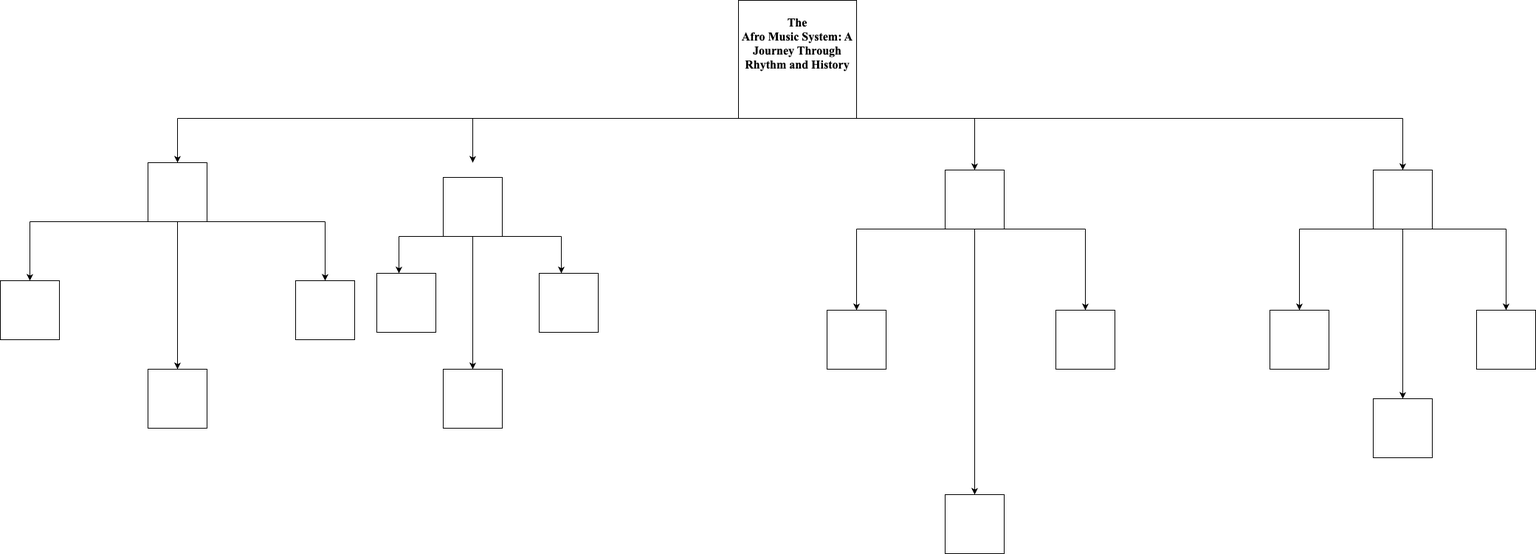
Before: AFM.drawio.png, a diagram exported from draw.io (Kai39d/Hello-World). Source tidied: cells renumbered, new cells last; positions are measured from the earlier drawing's top-left corner, leaving out a move shared by most shapes.
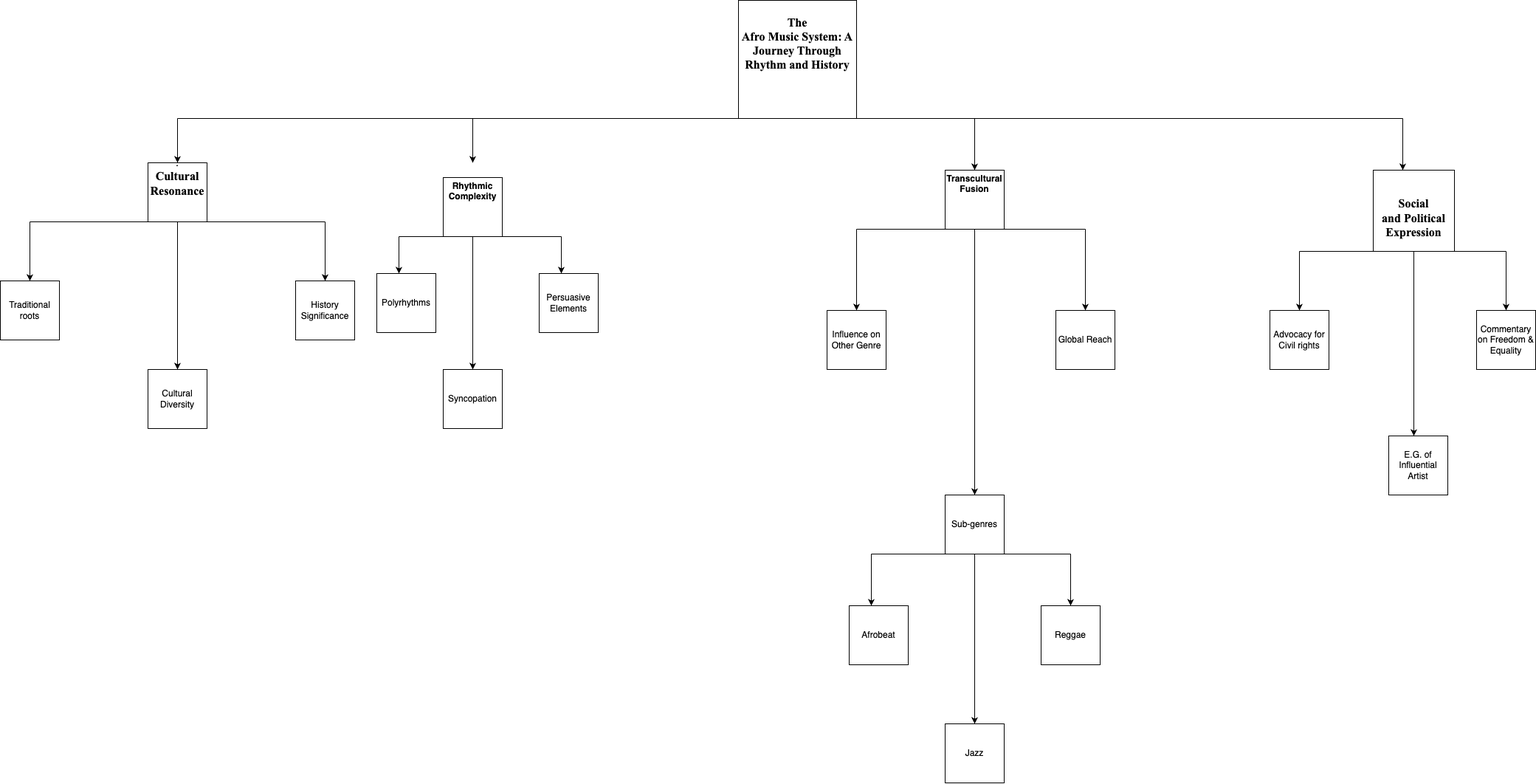
Above is the later version.

The edit, as a diff of the source:
```diff
@@ -18,7 +18,7 @@
         <mxPoint x="1260" y="160" as="sourcePoint" />
       </mxGeometry>
     </mxCell>
-    <mxCell id="6" style="whiteSpace=wrap;html=1;" parent="2" vertex="1">
+    <mxCell id="6" value="&#10;&#10;&#10;&lt;p class=&quot;MsoNormal&quot;&gt;&lt;b&gt;Rhythmic Complexity&lt;/b&gt;&lt;/p&gt;&#10;&#10;&#10;&#10;&#10;&#10;" style="whiteSpace=wrap;html=1;" parent="2" vertex="1">
       <mxGeometry x="-40" y="240" width="80" height="80" as="geometry" />
     </mxCell>
     <mxCell id="7" style="endArrow=classic;html=1;rounded=0;" parent="2" edge="1">
@@ -32,7 +32,7 @@
         <mxPoint x="-400" y="160" as="sourcePoint" />
       </mxGeometry>
     </mxCell>
-    <mxCell id="9" style="whiteSpace=wrap;html=1;" parent="2" vertex="1">
+    <mxCell id="9" value="&#10;&#10;&#10;&lt;p class=&quot;MsoNormal&quot;&gt;&lt;b&gt;Transcultural Fusion&lt;/b&gt;&lt;/p&gt;&#10;&#10;&#10;&#10;&#10;&#10;" style="whiteSpace=wrap;html=1;" parent="2" vertex="1">
       <mxGeometry x="640" y="230" width="80" height="80" as="geometry" />
     </mxCell>
     <mxCell id="10" style="endArrow=none;html=1;rounded=0;entryX=1;entryY=1;entryDx=0;entryDy=0;" parent="1" edge="1" target="24">
@@ -56,10 +56,10 @@
         <mxPoint x="40" y="300" as="sourcePoint" />
       </mxGeometry>
     </mxCell>
-    <mxCell id="14" style="whiteSpace=wrap;html=1;" parent="1" vertex="1">
+    <mxCell id="14" value="History Significance" style="whiteSpace=wrap;html=1;" parent="1" vertex="1">
       <mxGeometry x="400" y="380" width="80" height="80" as="geometry" />
     </mxCell>
-    <mxCell id="15" style="whiteSpace=wrap;html=1;" parent="1" vertex="1">
+    <mxCell id="15" value="Traditional roots" style="whiteSpace=wrap;html=1;" parent="1" vertex="1">
       <mxGeometry y="380" width="80" height="80" as="geometry" />
     </mxCell>
     <mxCell id="16" style="endArrow=classic;html=1;rounded=0;exitX=0.5;exitY=1;exitDx=0;exitDy=0;" parent="1" edge="1" source="24">
@@ -67,7 +67,7 @@
         <mxPoint x="240" y="500" as="targetPoint" />
       </mxGeometry>
     </mxCell>
-    <mxCell id="17" style="whiteSpace=wrap;html=1;" parent="1" vertex="1">
+    <mxCell id="17" value="Cultural Diversity" style="whiteSpace=wrap;html=1;" parent="1" vertex="1">
       <mxGeometry x="200" y="500" width="80" height="80" as="geometry" />
     </mxCell>
     <mxCell id="18" style="endArrow=classic;html=1;rounded=0;" parent="1" edge="1">
@@ -81,14 +81,14 @@
     </mxCell>
     <mxCell id="19" style="endArrow=classic;html=1;rounded=0;" parent="1" edge="1">
       <mxGeometry relative="1" as="geometry">
-        <mxPoint x="1760" y="310" as="sourcePoint" />
+        <mxPoint x="1760" y="340" as="sourcePoint" />
         <mxPoint x="1760" y="420" as="targetPoint" />
       </mxGeometry>
     </mxCell>
-    <mxCell id="20" style="whiteSpace=wrap;html=1;" parent="1" vertex="1">
+    <mxCell id="20" value="Persuasive Elements" style="whiteSpace=wrap;html=1;" parent="1" vertex="1">
       <mxGeometry x="730" y="370" width="80" height="80" as="geometry" />
     </mxCell>
-    <mxCell id="21" style="whiteSpace=wrap;html=1;" parent="1" vertex="1">
+    <mxCell id="21" value="Syncopation" style="whiteSpace=wrap;html=1;" parent="1" vertex="1">
       <mxGeometry x="600" y="500" width="80" height="80" as="geometry" />
     </mxCell>
     <mxCell id="22" style="endArrow=classic;html=1;rounded=0;" parent="1" edge="1">
@@ -97,10 +97,10 @@
         <mxPoint x="540" y="370" as="targetPoint" />
       </mxGeometry>
     </mxCell>
-    <mxCell id="23" style="whiteSpace=wrap;html=1;" parent="1" vertex="1">
+    <mxCell id="23" value="Polyrhythms" style="whiteSpace=wrap;html=1;" parent="1" vertex="1">
       <mxGeometry x="510" y="370" width="80" height="80" as="geometry" />
     </mxCell>
-    <mxCell id="24" style="whiteSpace=wrap;html=1;" parent="1" vertex="1">
+    <mxCell id="24" value="&#10;&lt;span style=&quot;font-size:12.0pt;font-family:&amp;quot;Times New Roman&amp;quot;,serif;&#10;mso-fareast-font-family:&amp;quot;Times New Roman&amp;quot;;mso-font-kerning:0pt;mso-ligatures:&#10;none;mso-ansi-language:EN-US;mso-fareast-language:EN-US;mso-bidi-language:AR-SA&quot;&gt;.&#10;&lt;b&gt;Cultural Resonance&lt;/b&gt;&lt;/span&gt;&#10;&#10;&#10;&#10;" style="whiteSpace=wrap;html=1;" parent="1" vertex="1">
       <mxGeometry x="200" y="220" width="80" height="80" as="geometry" />
     </mxCell>
     <mxCell id="25" style="endArrow=none;html=1;rounded=0;entryX=0;entryY=1;entryDx=0;entryDy=0;" parent="1" edge="1" target="6">
@@ -118,17 +118,17 @@
         <mxPoint x="640" y="500" as="targetPoint" />
       </mxGeometry>
     </mxCell>
-    <mxCell id="28" style="whiteSpace=wrap;html=1;" parent="1" vertex="1">
+    <mxCell id="28" value="Commentary on Freedom &amp;amp; Equality" style="whiteSpace=wrap;html=1;" parent="1" vertex="1">
       <mxGeometry x="2000" y="420" width="80" height="80" as="geometry" />
     </mxCell>
     <mxCell id="29" style="endArrow=classic;html=1;rounded=0;" parent="1" edge="1">
       <mxGeometry relative="1" as="geometry">
-        <mxPoint x="2040" y="310" as="sourcePoint" />
+        <mxPoint x="2040" y="340" as="sourcePoint" />
         <mxPoint x="2040" y="420" as="targetPoint" />
       </mxGeometry>
     </mxCell>
-    <mxCell id="30" style="whiteSpace=wrap;html=1;" parent="1" vertex="1">
-      <mxGeometry x="1860" y="230" width="80" height="80" as="geometry" />
+    <mxCell id="30" value="&lt;br&gt;&lt;b&gt;&lt;span style=&quot;font-size:12.0pt;font-family:&amp;quot;Times New Roman&amp;quot;,serif;&lt;br/&gt;mso-fareast-font-family:&amp;quot;Times New Roman&amp;quot;;mso-font-kerning:0pt;mso-ligatures:&lt;br/&gt;none;mso-ansi-language:EN-US;mso-fareast-language:EN-US;mso-bidi-language:AR-SA&quot;&gt;&lt;br&gt;Social&lt;br&gt;and Political Expression&lt;/span&gt;&lt;/b&gt;&lt;br&gt;&lt;br&gt;" style="whiteSpace=wrap;html=1;" parent="1" vertex="1">
+      <mxGeometry x="1860" y="230" width="110" height="110" as="geometry" />
     </mxCell>
     <mxCell id="31" style="endArrow=classic;html=1;rounded=0;" parent="1" edge="1">
       <mxGeometry relative="1" as="geometry">
@@ -138,24 +138,24 @@
     </mxCell>
     <mxCell id="32" style="endArrow=none;html=1;rounded=0;entryX=0;entryY=1;entryDx=0;entryDy=0;" parent="1" edge="1" target="30">
       <mxGeometry relative="1" as="geometry">
-        <mxPoint x="1760" y="310" as="sourcePoint" />
+        <mxPoint x="1760" y="340" as="sourcePoint" />
       </mxGeometry>
     </mxCell>
     <mxCell id="33" style="endArrow=none;html=1;rounded=0;exitX=1;exitY=1;exitDx=0;exitDy=0;" parent="1" edge="1" source="30">
       <mxGeometry relative="1" as="geometry">
-        <mxPoint x="2040" y="310" as="targetPoint" />
+        <mxPoint x="2040" y="340" as="targetPoint" />
       </mxGeometry>
     </mxCell>
-    <mxCell id="34" style="whiteSpace=wrap;html=1;" parent="1" vertex="1">
+    <mxCell id="34" value="Advocacy for Civil rights" style="whiteSpace=wrap;html=1;" parent="1" vertex="1">
       <mxGeometry x="1720" y="420" width="80" height="80" as="geometry" />
     </mxCell>
     <mxCell id="35" style="endArrow=classic;html=1;rounded=0;exitX=0.5;exitY=1;exitDx=0;exitDy=0;" parent="1" edge="1" source="30">
       <mxGeometry relative="1" as="geometry">
-        <mxPoint x="1900" y="540" as="targetPoint" />
+        <mxPoint x="1915" y="590" as="targetPoint" />
       </mxGeometry>
     </mxCell>
-    <mxCell id="36" style="whiteSpace=wrap;html=1;" parent="1" vertex="1">
-      <mxGeometry x="1860" y="540" width="80" height="80" as="geometry" />
+    <mxCell id="36" value="E.G. of Influential Artist" style="whiteSpace=wrap;html=1;" parent="1" vertex="1">
+      <mxGeometry x="1881" y="590" width="80" height="80" as="geometry" />
     </mxCell>
     <mxCell id="37" style="endArrow=classic;html=1;rounded=0;" parent="1" edge="1">
       <mxGeometry relative="1" as="geometry">
@@ -163,7 +163,7 @@
         <mxPoint x="1320" y="230" as="targetPoint" />
       </mxGeometry>
     </mxCell>
-    <mxCell id="38" style="whiteSpace=wrap;html=1;" parent="1" vertex="1">
+    <mxCell id="38" value="Influence on Other Genre" style="whiteSpace=wrap;html=1;" parent="1" vertex="1">
       <mxGeometry x="1120" y="420" width="80" height="80" as="geometry" />
     </mxCell>
     <mxCell id="39" style="endArrow=none;html=1;rounded=0;entryX=0;entryY=1;entryDx=0;entryDy=0;" parent="1" edge="1" target="9">
@@ -188,7 +188,7 @@
         <mxPoint x="1470" y="420" as="targetPoint" />
       </mxGeometry>
     </mxCell>
-    <mxCell id="43" style="whiteSpace=wrap;html=1;" parent="1" vertex="1">
+    <mxCell id="43" value="Global Reach" style="whiteSpace=wrap;html=1;" parent="1" vertex="1">
       <mxGeometry x="1430" y="420" width="80" height="80" as="geometry" />
     </mxCell>
     <mxCell id="44" style="endArrow=classic;html=1;rounded=0;" parent="1" edge="1">
@@ -197,8 +197,44 @@
         <mxPoint x="1320" y="670" as="targetPoint" />
       </mxGeometry>
     </mxCell>
-    <mxCell id="45" style="whiteSpace=wrap;html=1;" parent="1" vertex="1">
+    <mxCell id="45" value="Sub-genres" style="whiteSpace=wrap;html=1;" parent="1" vertex="1">
       <mxGeometry x="1280" y="670" width="80" height="80" as="geometry" />
     </mxCell>
+    <mxCell id="46" style="endArrow=none;html=1;rounded=0;entryX=0;entryY=1;entryDx=0;entryDy=0;" parent="1" edge="1" target="45">
+      <mxGeometry relative="1" as="geometry">
+        <mxPoint x="1180" y="750" as="sourcePoint" />
+      </mxGeometry>
+    </mxCell>
+    <mxCell id="47" style="endArrow=none;html=1;rounded=0;entryX=1;entryY=1;entryDx=0;entryDy=0;" parent="1" edge="1" target="45">
+      <mxGeometry relative="1" as="geometry">
+        <mxPoint x="1450" y="750" as="sourcePoint" />
+      </mxGeometry>
+    </mxCell>
+    <mxCell id="48" style="endArrow=classic;html=1;rounded=0;" parent="1" edge="1">
+      <mxGeometry relative="1" as="geometry">
+        <mxPoint x="1180" y="750" as="sourcePoint" />
+        <mxPoint x="1180" y="820" as="targetPoint" />
+      </mxGeometry>
+    </mxCell>
+    <mxCell id="49" style="endArrow=classic;html=1;rounded=0;" parent="1" edge="1">
+      <mxGeometry relative="1" as="geometry">
+        <mxPoint x="1450" y="750" as="sourcePoint" />
+        <mxPoint x="1450" y="820" as="targetPoint" />
+      </mxGeometry>
+    </mxCell>
+    <mxCell id="50" value="Reggae" style="whiteSpace=wrap;html=1;" parent="1" vertex="1">
+      <mxGeometry x="1410" y="820" width="80" height="80" as="geometry" />
+    </mxCell>
+    <mxCell id="51" value="Afrobeat" style="whiteSpace=wrap;html=1;" parent="1" vertex="1">
+      <mxGeometry x="1150" y="820" width="80" height="80" as="geometry" />
+    </mxCell>
+    <mxCell id="52" style="endArrow=classic;html=1;rounded=0;exitX=0.5;exitY=1;exitDx=0;exitDy=0;" parent="1" edge="1" source="45">
+      <mxGeometry relative="1" as="geometry">
+        <mxPoint x="1320" y="980" as="targetPoint" />
+      </mxGeometry>
+    </mxCell>
+    <mxCell id="53" value="Jazz" style="whiteSpace=wrap;html=1;" parent="1" vertex="1">
+      <mxGeometry x="1280" y="980" width="80" height="80" as="geometry" />
+    </mxCell>
   </root>
 </mxGraphModel>
```
